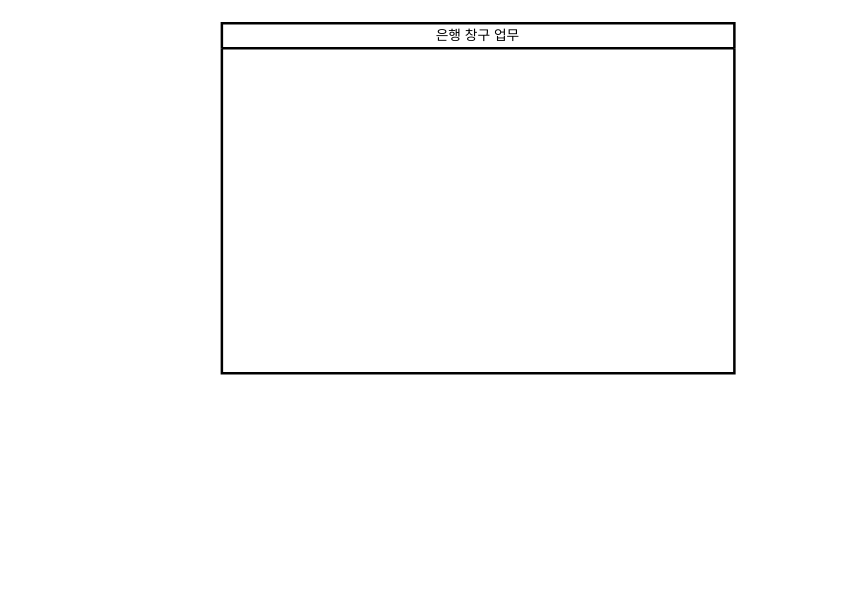
This is page "은행창구업무" (2 of 2) of 학사행정 시스템.drawio from bluescarf7979/takeout_cv1, a draw.io file, before an edit. Source tidied: cells renumbered, new cells numbered last; positions are measured from the earlier drawing's top-left corner, leaving out a move shared by most shapes. Both pictures are drawn from the tidied source at 125%, with x=0, y=0 at pixel (221, 22).
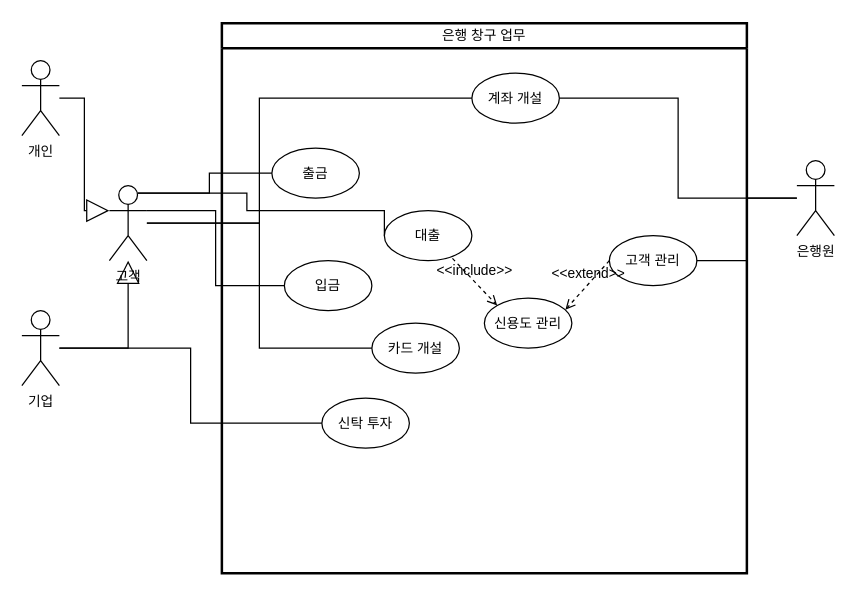
The same page after the edit.

Diff of the diagram source:
```diff
@@
     <mxCell id="2" value="은행 창구 업무" style="swimlane;html=1;startSize=20;fontStyle=0;horizontal=1;swimlaneLine=1;strokeWidth=2;swimlaneFillColor=none;whiteSpace=wrap;fontFamily=Helvetica;fontSize=11;fontColor=default;labelBackgroundColor=default;fillColor=none;strokeColor=default;" parent="1" vertex="1">
-      <mxGeometry width="410" height="280" as="geometry" />
+      <mxGeometry width="420" height="440" as="geometry" />
     </mxCell>
+    <mxCell id="3" value="카드 개설" style="ellipse;whiteSpace=wrap;html=1;fontFamily=Helvetica;fontSize=11;fontColor=default;labelBackgroundColor=default;" parent="2" vertex="1">
+      <mxGeometry x="120" y="240" width="70" height="40" as="geometry" />
+    </mxCell>
+    <mxCell id="4" value="출금" style="ellipse;whiteSpace=wrap;html=1;fontFamily=Helvetica;fontSize=11;fontColor=default;labelBackgroundColor=default;" parent="2" vertex="1">
+      <mxGeometry x="40" y="100" width="70" height="40" as="geometry" />
+    </mxCell>
+    <mxCell id="5" value="대출" style="ellipse;whiteSpace=wrap;html=1;fontFamily=Helvetica;fontSize=11;fontColor=default;labelBackgroundColor=default;" parent="2" vertex="1">
+      <mxGeometry x="130" y="150" width="70" height="40" as="geometry" />
+    </mxCell>
+    <mxCell id="6" value="계좌 개설" style="ellipse;whiteSpace=wrap;html=1;fontFamily=Helvetica;fontSize=11;fontColor=default;labelBackgroundColor=default;" parent="2" vertex="1">
+      <mxGeometry x="200" y="40" width="70" height="40" as="geometry" />
+    </mxCell>
+    <mxCell id="7" value="고객 관리" style="ellipse;whiteSpace=wrap;html=1;fontFamily=Helvetica;fontSize=11;fontColor=default;labelBackgroundColor=default;" parent="2" vertex="1">
+      <mxGeometry x="310" y="170" width="70" height="40" as="geometry" />
+    </mxCell>
+    <mxCell id="8" value="신용도 관리" style="ellipse;whiteSpace=wrap;html=1;fontFamily=Helvetica;fontSize=11;fontColor=default;labelBackgroundColor=default;" parent="2" vertex="1">
+      <mxGeometry x="210" y="220" width="70" height="40" as="geometry" />
+    </mxCell>
+    <mxCell id="9" value="입금" style="ellipse;whiteSpace=wrap;html=1;fontFamily=Helvetica;fontSize=11;fontColor=default;labelBackgroundColor=default;" parent="2" vertex="1">
+      <mxGeometry x="50" y="190" width="70" height="40" as="geometry" />
+    </mxCell>
+    <mxCell id="10" value="&amp;lt;&amp;lt;include&amp;gt;&amp;gt;" style="html=1;verticalAlign=bottom;labelBackgroundColor=none;endArrow=open;endFill=0;dashed=1;rounded=0;strokeColor=default;align=center;fontFamily=Helvetica;fontSize=11;fontColor=default;exitX=0.778;exitY=0.955;exitDx=0;exitDy=0;exitPerimeter=0;entryX=0;entryY=0;entryDx=0;entryDy=0;" parent="2" edge="1" source="5" target="8">
+      <mxGeometry relative="1" as="geometry" />
+    </mxCell>
+    <mxCell id="11" value="&amp;lt;&amp;lt;extend&amp;gt;&amp;gt;" style="html=1;verticalAlign=bottom;labelBackgroundColor=none;endArrow=open;endFill=0;dashed=1;rounded=0;strokeColor=default;align=center;fontFamily=Helvetica;fontSize=11;fontColor=default;exitX=0;exitY=0.5;exitDx=0;exitDy=0;entryX=0.926;entryY=0.231;entryDx=0;entryDy=0;entryPerimeter=0;" parent="2" edge="1" source="7" target="8">
+      <mxGeometry relative="1" as="geometry" />
+    </mxCell>
+    <mxCell id="12" value="&lt;div&gt;신탁 투자&lt;/div&gt;" style="ellipse;whiteSpace=wrap;html=1;fontFamily=Helvetica;fontSize=11;fontColor=default;labelBackgroundColor=default;" parent="2" vertex="1">
+      <mxGeometry x="80" y="300" width="70" height="40" as="geometry" />
+    </mxCell>
+    <mxCell id="13" style="edgeStyle=orthogonalEdgeStyle;rounded=0;jettySize=auto;html=1;entryX=1;entryY=0.5;entryDx=0;entryDy=0;strokeColor=default;align=center;verticalAlign=middle;fontFamily=Helvetica;fontSize=11;fontColor=default;labelBackgroundColor=default;endArrow=none;endFill=0;" parent="1" edge="1" source="15" target="6">
+      <mxGeometry relative="1" as="geometry" />
+    </mxCell>
+    <mxCell id="14" style="edgeStyle=orthogonalEdgeStyle;rounded=0;jettySize=auto;html=1;entryX=1;entryY=0.5;entryDx=0;entryDy=0;strokeColor=default;align=center;verticalAlign=middle;fontFamily=Helvetica;fontSize=11;fontColor=default;labelBackgroundColor=default;endArrow=none;endFill=0;" parent="1" edge="1" source="15" target="7">
+      <mxGeometry relative="1" as="geometry" />
+    </mxCell>
+    <mxCell id="15" value="&lt;div&gt;은행원&lt;/div&gt;" style="shape=umlActor;verticalLabelPosition=bottom;verticalAlign=top;html=1;outlineConnect=0;fontFamily=Helvetica;fontSize=11;fontColor=default;labelBackgroundColor=default;" parent="1" vertex="1">
+      <mxGeometry x="460" y="110" width="30" height="60" as="geometry" />
+    </mxCell>
+    <mxCell id="16" style="edgeStyle=orthogonalEdgeStyle;rounded=0;jettySize=auto;html=1;strokeColor=default;align=center;verticalAlign=middle;fontFamily=Helvetica;fontSize=11;fontColor=default;labelBackgroundColor=default;endArrow=none;endFill=0;" parent="1" edge="1" source="24" target="6">
+      <mxGeometry relative="1" as="geometry">
+        <Array as="points">
+          <mxPoint x="30" y="160" />
+          <mxPoint x="30" y="60" />
+        </Array>
+      </mxGeometry>
+    </mxCell>
+    <mxCell id="17" value="개인" style="shape=umlActor;verticalLabelPosition=bottom;verticalAlign=top;html=1;outlineConnect=0;fontFamily=Helvetica;fontSize=11;fontColor=default;labelBackgroundColor=default;" parent="1" vertex="1">
+      <mxGeometry x="-160" y="30" width="30" height="60" as="geometry" />
+    </mxCell>
+    <mxCell id="18" style="edgeStyle=orthogonalEdgeStyle;rounded=0;jettySize=auto;html=1;entryX=0;entryY=0.5;entryDx=0;entryDy=0;strokeColor=default;align=center;verticalAlign=middle;fontFamily=Helvetica;fontSize=11;fontColor=default;labelBackgroundColor=default;endArrow=none;endFill=0;" parent="1" edge="1" source="19" target="12">
+      <mxGeometry relative="1" as="geometry" />
+    </mxCell>
+    <mxCell id="19" value="&lt;div&gt;기업&lt;/div&gt;" style="shape=umlActor;verticalLabelPosition=bottom;verticalAlign=top;html=1;outlineConnect=0;fontFamily=Helvetica;fontSize=11;fontColor=default;labelBackgroundColor=default;" parent="1" vertex="1">
+      <mxGeometry x="-160" y="230" width="30" height="60" as="geometry" />
+    </mxCell>
+    <mxCell id="20" style="edgeStyle=orthogonalEdgeStyle;rounded=0;jettySize=auto;html=1;entryX=0;entryY=0.5;entryDx=0;entryDy=0;strokeColor=default;align=center;verticalAlign=middle;fontFamily=Helvetica;fontSize=11;fontColor=default;labelBackgroundColor=default;endArrow=none;endFill=0;" parent="1" edge="1" source="24" target="3">
+      <mxGeometry relative="1" as="geometry" />
+    </mxCell>
+    <mxCell id="21" style="edgeStyle=orthogonalEdgeStyle;rounded=0;jettySize=auto;html=1;exitX=1;exitY=0.3333333333333333;exitDx=0;exitDy=0;exitPerimeter=0;entryX=0;entryY=0.5;entryDx=0;entryDy=0;strokeColor=default;align=center;verticalAlign=middle;fontFamily=Helvetica;fontSize=11;fontColor=default;labelBackgroundColor=default;endArrow=none;endFill=0;" parent="1" edge="1" source="24" target="9">
+      <mxGeometry relative="1" as="geometry" />
+    </mxCell>
+    <mxCell id="22" style="edgeStyle=orthogonalEdgeStyle;rounded=0;jettySize=auto;html=1;exitX=0.75;exitY=0.1;exitDx=0;exitDy=0;exitPerimeter=0;entryX=0;entryY=0.5;entryDx=0;entryDy=0;strokeColor=default;align=center;verticalAlign=middle;fontFamily=Helvetica;fontSize=11;fontColor=default;labelBackgroundColor=default;endArrow=none;endFill=0;" parent="1" edge="1" source="24" target="4">
+      <mxGeometry relative="1" as="geometry" />
+    </mxCell>
+    <mxCell id="23" style="edgeStyle=orthogonalEdgeStyle;rounded=0;jettySize=auto;html=1;exitX=0.75;exitY=0.1;exitDx=0;exitDy=0;exitPerimeter=0;entryX=0;entryY=0.5;entryDx=0;entryDy=0;strokeColor=default;align=center;verticalAlign=middle;fontFamily=Helvetica;fontSize=11;fontColor=default;labelBackgroundColor=default;endArrow=none;endFill=0;" parent="1" edge="1" source="24" target="5">
+      <mxGeometry relative="1" as="geometry">
+        <Array as="points">
+          <mxPoint x="20" y="136" />
+          <mxPoint x="20" y="150" />
+          <mxPoint x="130" y="150" />
+        </Array>
+      </mxGeometry>
+    </mxCell>
+    <mxCell id="24" value="고객" style="shape=umlActor;verticalLabelPosition=bottom;verticalAlign=top;html=1;outlineConnect=0;fontFamily=Helvetica;fontSize=11;fontColor=default;labelBackgroundColor=default;" parent="1" vertex="1">
+      <mxGeometry x="-90" y="130" width="30" height="60" as="geometry" />
+    </mxCell>
+    <mxCell id="25" style="endArrow=block;endSize=16;endFill=0;html=1;rounded=0;strokeColor=default;align=center;verticalAlign=middle;fontFamily=Helvetica;fontSize=11;fontColor=default;labelBackgroundColor=default;edgeStyle=orthogonalEdgeStyle;" parent="1" edge="1" source="19" target="24">
+      <mxGeometry relative="1" as="geometry" />
+    </mxCell>
+    <mxCell id="26" style="endArrow=block;endSize=16;endFill=0;html=1;rounded=0;strokeColor=default;align=center;verticalAlign=middle;fontFamily=Helvetica;fontSize=11;fontColor=default;labelBackgroundColor=default;edgeStyle=orthogonalEdgeStyle;entryX=0;entryY=0.3333333333333333;entryDx=0;entryDy=0;entryPerimeter=0;" parent="1" edge="1" source="17" target="24">
+      <mxGeometry relative="1" as="geometry" />
+    </mxCell>
```
